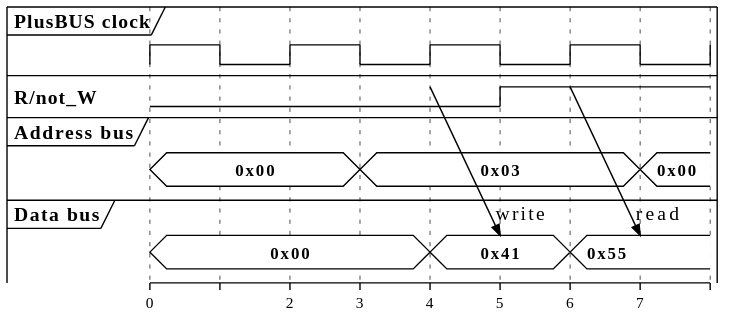
Earlier version of the PlantUML export figures/prototype/plusbus/plusbus_timing.svg (Niclasapdk/ESD3_project).
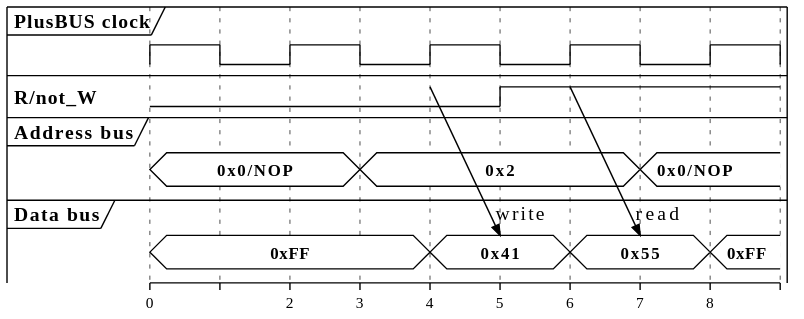
After the commit.

Commit message:
export figs

The edit, as a diff of the source:
```diff
@@ -8,12 +8,12 @@
 
 
 @0
-ab is "0x00"
-db is "0x00"
+ab is "0x0/NOP"
+db is "0xFF"
 r_nw is 0
 
 @3
-ab is "0x03"
+ab is "0x2"
 r_nw is 0
 
 @4
@@ -28,5 +28,8 @@
 r_nw -> db@+1 : read
 
 @7
-ab is "0x00"
+ab is "0x0/NOP"
+
+@8
+db is "0xFF"
 @enduml
```
